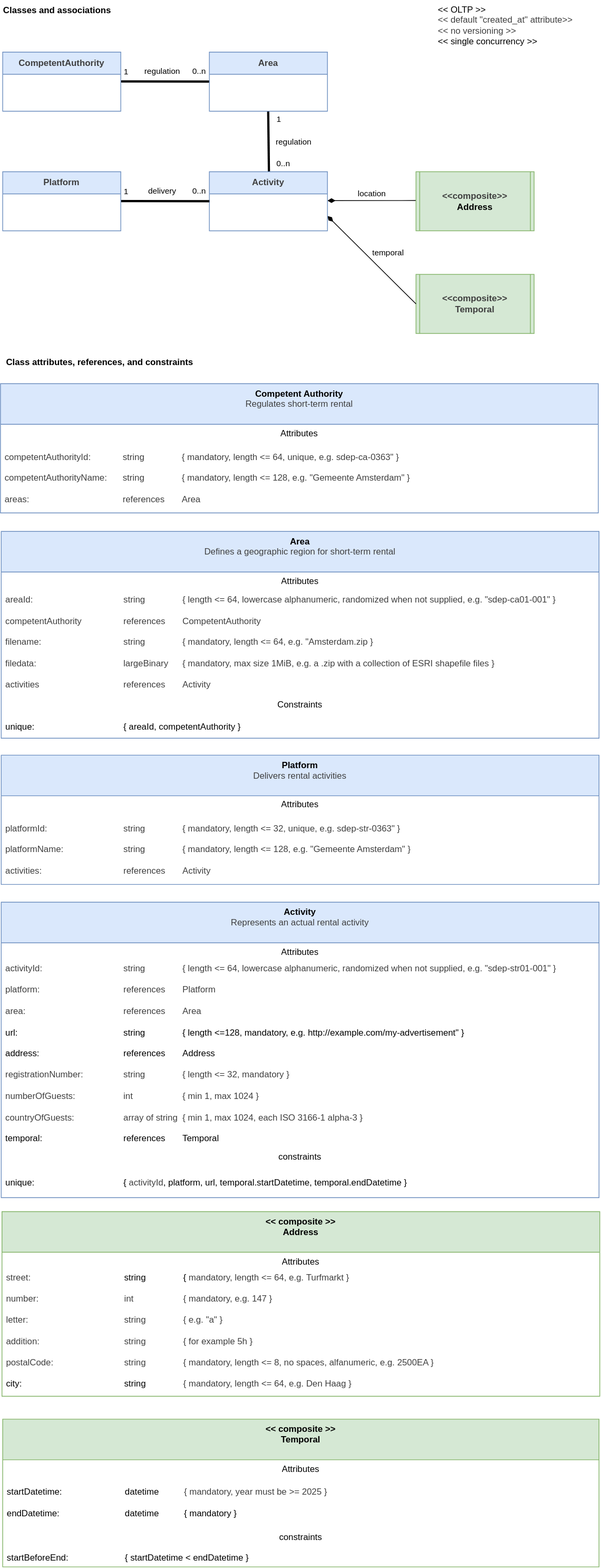
MinBZK/sdep.gov.nl keeps this draw.io diagram as docs/Classes.svg. Above is the earlier version. Source tidied: cells renumbered, new cells last; positions are measured from the earlier drawing's top-left corner, leaving out a move shared by most shapes.
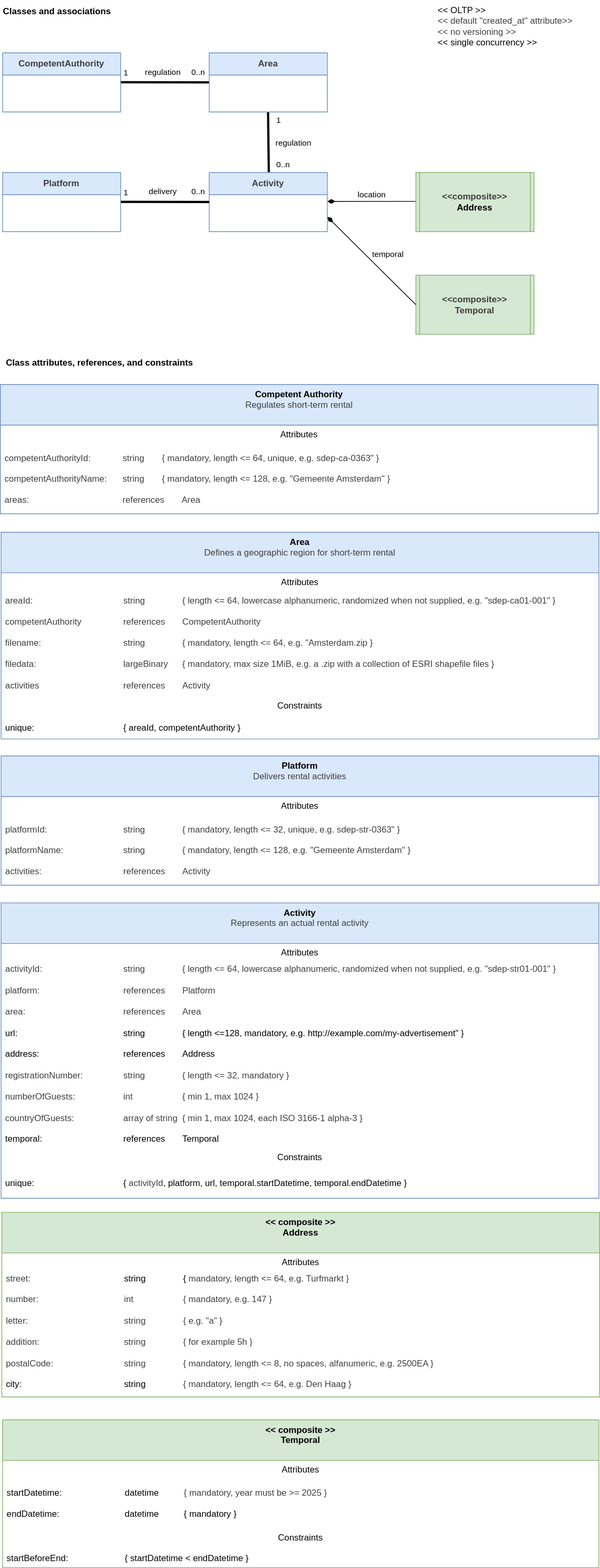
After the commit.

Commit message:
[skip-ci] Documentatie

The edit, as a diff of the source:
```diff
@@ -86,7 +86,7 @@
     <mxCell id="21" value="Attributes" style="text;html=1;strokeColor=none;fillColor=none;align=center;verticalAlign=middle;spacingLeft=4;spacingRight=4;overflow=hidden;whiteSpace=wrap;" parent="20" vertex="1">
       <mxGeometry y="55" width="810" height="25" as="geometry" />
     </mxCell>
-    <mxCell id="22" value="&lt;div style=&quot;scrollbar-color: rgb(226, 226, 226) rgb(251, 251, 251); color: rgb(63, 63, 63);&quot;&gt;&lt;div style=&quot;scrollbar-color: rgb(226, 226, 226) rgb(251, 251, 251); color: rgb(63, 63, 63);&quot;&gt;&lt;div style=&quot;scrollbar-color: rgb(226, 226, 226) rgb(251, 251, 251); color: rgb(63, 63, 63);&quot;&gt;&lt;span style=&quot;background-color: transparent;&quot;&gt;competentAuthorityId:&lt;/span&gt;&lt;span style=&quot;background-color: transparent; white-space: pre;&quot;&gt;&#9;&lt;span style=&quot;white-space: pre;&quot;&gt;&#9;&lt;/span&gt;&lt;/span&gt;&lt;span style=&quot;background-color: transparent;&quot;&gt;string&lt;/span&gt;&lt;span style=&quot;background-color: transparent; white-space: pre;&quot;&gt;&#9;&lt;span style=&quot;white-space: pre;&quot;&gt;&#9;&lt;/span&gt;&lt;/span&gt;&lt;span style=&quot;background-color: transparent; color: rgb(63, 63, 63);&quot;&gt;{ mandatory, length &amp;lt;= 64, unique, e.g.&lt;/span&gt;&lt;span style=&quot;background-color: transparent;&quot;&gt;&amp;nbsp;sdep-ca-0363&quot; }&lt;/span&gt;&lt;/div&gt;&lt;div style=&quot;scrollbar-color: rgb(226, 226, 226) rgb(251, 251, 251); color: rgb(63, 63, 63);&quot;&gt;&lt;br&gt;&lt;/div&gt;&lt;div style=&quot;scrollbar-color: rgb(226, 226, 226) rgb(251, 251, 251); color: rgb(63, 63, 63);&quot;&gt;competentAuthorityName:&lt;span style=&quot;white-space: pre;&quot;&gt;&#9;&lt;/span&gt;string&lt;span style=&quot;white-space: pre;&quot;&gt;&#9;&lt;span style=&quot;white-space: pre;&quot;&gt;&#9;&lt;/span&gt;&lt;/span&gt;&lt;span style=&quot;background-color: transparent;&quot;&gt;{ mandatory, length &amp;lt;= 128, e.g.&amp;nbsp;&lt;/span&gt;&lt;span style=&quot;background-color: transparent;&quot;&gt;&quot;Gemeente Amsterdam&quot; }&lt;/span&gt;&lt;/div&gt;&lt;div style=&quot;color: rgb(63, 63, 63); scrollbar-color: rgb(226, 226, 226) rgb(251, 251, 251);&quot;&gt;&lt;br&gt;&lt;/div&gt;&lt;div style=&quot;color: rgb(63, 63, 63); scrollbar-color: rgb(226, 226, 226) rgb(251, 251, 251);&quot;&gt;&lt;span style=&quot;color: rgb(63, 63, 63);&quot;&gt;areas: &lt;span style=&quot;white-space: pre;&quot;&gt;&#9;&lt;span style=&quot;white-space: pre;&quot;&gt;&#9;&lt;/span&gt;&lt;span style=&quot;white-space: pre;&quot;&gt;&#9;&lt;/span&gt;&lt;span style=&quot;white-space: pre;&quot;&gt;&#9;&lt;/span&gt;&lt;span style=&quot;white-space: pre;&quot;&gt;&#9;&lt;/span&gt;&lt;/span&gt;references &lt;span style=&quot;white-space: pre;&quot;&gt;&#9;&lt;/span&gt;Area&lt;/span&gt;&lt;/div&gt;&lt;/div&gt;&lt;/div&gt;" style="text;html=1;strokeColor=none;fillColor=none;align=left;verticalAlign=middle;spacingLeft=4;spacingRight=4;overflow=hidden;whiteSpace=wrap;" parent="20" vertex="1">
+    <mxCell id="22" value="&lt;div style=&quot;scrollbar-color: rgb(226, 226, 226) rgb(251, 251, 251); color: rgb(63, 63, 63);&quot;&gt;&lt;div style=&quot;scrollbar-color: rgb(226, 226, 226) rgb(251, 251, 251); color: rgb(63, 63, 63);&quot;&gt;&lt;div style=&quot;scrollbar-color: rgb(226, 226, 226) rgb(251, 251, 251); color: rgb(63, 63, 63);&quot;&gt;&lt;font face=&quot;Helvetica&quot;&gt;&lt;span style=&quot;background-color: transparent;&quot;&gt;competentAuthorityId:&lt;/span&gt;&lt;span style=&quot;background-color: transparent; white-space: pre;&quot;&gt;&#9;&lt;span style=&quot;white-space: pre;&quot;&gt;&#9;&lt;/span&gt;&lt;/span&gt;&lt;span style=&quot;background-color: transparent;&quot;&gt;string&lt;span style=&quot;white-space: pre;&quot;&gt;&#9;&lt;/span&gt;&lt;/span&gt;&lt;span style=&quot;background-color: transparent; color: rgb(63, 63, 63);&quot;&gt;{ mandatory, length &amp;lt;= 64, unique, e.g.&lt;/span&gt;&lt;span style=&quot;background-color: transparent;&quot;&gt;&amp;nbsp;sdep-ca-0363&quot; }&lt;/span&gt;&lt;/font&gt;&lt;/div&gt;&lt;div style=&quot;scrollbar-color: rgb(226, 226, 226) rgb(251, 251, 251); color: rgb(63, 63, 63);&quot;&gt;&lt;font face=&quot;Helvetica&quot;&gt;&lt;br&gt;&lt;/font&gt;&lt;/div&gt;&lt;div style=&quot;scrollbar-color: rgb(226, 226, 226) rgb(251, 251, 251); color: rgb(63, 63, 63);&quot;&gt;&lt;font face=&quot;Helvetica&quot;&gt;competentAuthorityName:&lt;span style=&quot;white-space: pre;&quot;&gt;&#9;&lt;/span&gt;string&lt;span style=&quot;white-space: pre;&quot;&gt;&#9;&lt;/span&gt;&lt;span style=&quot;background-color: transparent;&quot;&gt;{ mandatory, length &amp;lt;= 128, e.g.&amp;nbsp;&lt;/span&gt;&lt;span style=&quot;background-color: transparent;&quot;&gt;&quot;Gemeente Amsterdam&quot; }&lt;/span&gt;&lt;/font&gt;&lt;/div&gt;&lt;div style=&quot;color: rgb(63, 63, 63); scrollbar-color: rgb(226, 226, 226) rgb(251, 251, 251);&quot;&gt;&lt;font face=&quot;Helvetica&quot;&gt;&lt;br&gt;&lt;/font&gt;&lt;/div&gt;&lt;div style=&quot;color: rgb(63, 63, 63); scrollbar-color: rgb(226, 226, 226) rgb(251, 251, 251);&quot;&gt;&lt;span style=&quot;color: rgb(63, 63, 63);&quot;&gt;&lt;font face=&quot;Helvetica&quot;&gt;areas: &lt;span style=&quot;white-space: pre;&quot;&gt;&#9;&lt;span style=&quot;white-space: pre;&quot;&gt;&#9;&lt;/span&gt;&lt;span style=&quot;white-space: pre;&quot;&gt;&#9;&lt;/span&gt;&lt;span style=&quot;white-space: pre;&quot;&gt;&#9;&lt;span style=&quot;white-space: pre;&quot;&gt;&#9;&lt;/span&gt;&lt;/span&gt;&lt;/span&gt;references &lt;span style=&quot;white-space: pre;&quot;&gt;&#9;&lt;/span&gt;Area&lt;/font&gt;&lt;/span&gt;&lt;/div&gt;&lt;/div&gt;&lt;/div&gt;" style="text;html=1;strokeColor=none;fillColor=none;align=left;verticalAlign=middle;spacingLeft=4;spacingRight=4;overflow=hidden;whiteSpace=wrap;" parent="20" vertex="1">
       <mxGeometry y="80" width="810" height="95" as="geometry" />
     </mxCell>
     <mxCell id="23" value="&lt;div&gt;&lt;b&gt;&amp;lt;&amp;lt; composite &amp;gt;&amp;gt;&lt;/b&gt;&lt;/div&gt;&lt;div&gt;&lt;b&gt;Address&lt;/b&gt;&lt;/div&gt;" style="swimlane;fontStyle=0;align=center;verticalAlign=top;horizontal=1;startSize=55;html=1;whiteSpace=wrap;fillColor=#d5e8d4;strokeColor=#82b366;" parent="1" vertex="1">
@@ -122,7 +122,7 @@
     <mxCell id="33" value="&lt;div&gt;&lt;span style=&quot;color: rgb(63, 63, 63); scrollbar-color: rgb(226, 226, 226) rgb(251, 251, 251); background-color: transparent;&quot;&gt;activityId:&lt;/span&gt;&lt;span style=&quot;color: rgb(63, 63, 63); scrollbar-color: rgb(226, 226, 226) rgb(251, 251, 251); background-color: transparent; white-space: pre;&quot;&gt;&#9;&lt;/span&gt;&lt;span style=&quot;color: rgb(63, 63, 63); scrollbar-color: rgb(226, 226, 226) rgb(251, 251, 251); background-color: transparent; white-space: pre;&quot;&gt;&#9;&lt;/span&gt;&lt;span style=&quot;color: rgb(63, 63, 63); scrollbar-color: rgb(226, 226, 226) rgb(251, 251, 251); background-color: transparent; white-space: pre;&quot;&gt;&#9;&lt;/span&gt;&lt;span style=&quot;color: rgb(63, 63, 63); scrollbar-color: rgb(226, 226, 226) rgb(251, 251, 251); background-color: transparent; white-space: pre;&quot;&gt;&#9;&lt;span style=&quot;color: rgb(63, 63, 63); scrollbar-color: rgb(226, 226, 226) rgb(251, 251, 251); white-space: pre;&quot;&gt;&#9;&lt;/span&gt;&lt;/span&gt;&lt;span style=&quot;color: rgb(63, 63, 63); scrollbar-color: rgb(226, 226, 226) rgb(251, 251, 251); background-color: transparent;&quot;&gt;string&amp;nbsp;&lt;/span&gt;&lt;span style=&quot;color: rgb(63, 63, 63); scrollbar-color: rgb(226, 226, 226) rgb(251, 251, 251); background-color: transparent; white-space: pre;&quot;&gt;&#9;&lt;span style=&quot;color: rgb(63, 63, 63); scrollbar-color: rgb(226, 226, 226) rgb(251, 251, 251); white-space: pre;&quot;&gt;&#9;&lt;/span&gt;&lt;/span&gt;&lt;span style=&quot;color: rgb(63, 63, 63); scrollbar-color: rgb(226, 226, 226) rgb(251, 251, 251); background-color: transparent;&quot;&gt;{ length &amp;lt;= 64, lowercase alphanumeric,&amp;nbsp;&lt;/span&gt;&lt;span style=&quot;scrollbar-color: rgb(226, 226, 226) rgb(251, 251, 251); background-color: transparent; color: rgb(63, 63, 63);&quot;&gt;randomized when not supplied, e.g.&lt;/span&gt;&lt;span style=&quot;scrollbar-color: rgb(226, 226, 226) rgb(251, 251, 251); background-color: transparent; color: rgb(63, 63, 63);&quot;&gt;&amp;nbsp;&quot;sdep-str01-001&quot; }&lt;/span&gt;&lt;span style=&quot;background-color: transparent;&quot;&gt;&lt;/span&gt;&lt;/div&gt;&lt;div&gt;&lt;span style=&quot;scrollbar-color: rgb(226, 226, 226) rgb(251, 251, 251); background-color: transparent; color: rgb(63, 63, 63);&quot;&gt;&lt;br&gt;&lt;/span&gt;&lt;/div&gt;&lt;div&gt;&lt;span style=&quot;color: rgb(63, 63, 63);&quot;&gt;platform:&amp;nbsp;&lt;/span&gt;&lt;span style=&quot;color: rgb(63, 63, 63); scrollbar-color: rgb(226, 226, 226) rgb(251, 251, 251); white-space: pre;&quot;&gt;&#9;&lt;/span&gt;&lt;span style=&quot;color: rgb(63, 63, 63); scrollbar-color: rgb(226, 226, 226) rgb(251, 251, 251); white-space: pre;&quot;&gt;&#9;&lt;/span&gt;&lt;span style=&quot;color: rgb(63, 63, 63); scrollbar-color: rgb(226, 226, 226) rgb(251, 251, 251); white-space: pre;&quot;&gt;&#9;&lt;/span&gt;&lt;span style=&quot;color: rgb(63, 63, 63); scrollbar-color: rgb(226, 226, 226) rgb(251, 251, 251); white-space: pre;&quot;&gt;&#9;&lt;/span&gt;&lt;span style=&quot;color: rgb(63, 63, 63); scrollbar-color: rgb(226, 226, 226) rgb(251, 251, 251); white-space: pre;&quot;&gt;&#9;&lt;/span&gt;&lt;span style=&quot;color: rgb(63, 63, 63);&quot;&gt;references&amp;nbsp;&lt;/span&gt;&lt;span style=&quot;color: rgb(63, 63, 63); scrollbar-color: rgb(226, 226, 226) rgb(251, 251, 251); white-space: pre;&quot;&gt;&#9;&lt;/span&gt;&lt;span style=&quot;color: rgb(63, 63, 63);&quot;&gt;Platform&lt;/span&gt;&lt;span style=&quot;background-color: transparent;&quot;&gt;&lt;/span&gt;&lt;/div&gt;&lt;div&gt;&lt;span style=&quot;color: rgb(63, 63, 63);&quot;&gt;&lt;br&gt;&lt;/span&gt;&lt;/div&gt;&lt;div&gt;&lt;div style=&quot;scrollbar-color: rgb(226, 226, 226) rgb(251, 251, 251); color: rgb(63, 63, 63);&quot;&gt;area:&amp;nbsp;&lt;span style=&quot;color: rgb(63, 63, 63); scrollbar-color: rgb(226, 226, 226) rgb(251, 251, 251); white-space: pre;&quot;&gt;&#9;&lt;/span&gt;&lt;span style=&quot;color: rgb(63, 63, 63); scrollbar-color: rgb(226, 226, 226) rgb(251, 251, 251); white-space: pre;&quot;&gt;&#9;&lt;/span&gt;&lt;span style=&quot;color: rgb(63, 63, 63); scrollbar-color: rgb(226, 226, 226) rgb(251, 251, 251); white-space: pre;&quot;&gt;&#9;&lt;/span&gt;&lt;span style=&quot;color: rgb(63, 63, 63); scrollbar-color: rgb(226, 226, 226) rgb(251, 251, 251); white-space: pre;&quot;&gt;&#9;&lt;/span&gt;&lt;span style=&quot;color: rgb(63, 63, 63); scrollbar-color: rgb(226, 226, 226) rgb(251, 251, 251); white-space: pre;&quot;&gt;&#9;&lt;/span&gt;references&amp;nbsp;&lt;span style=&quot;color: rgb(63, 63, 63); scrollbar-color: rgb(226, 226, 226) rgb(251, 251, 251); white-space: pre;&quot;&gt;&#9;&lt;/span&gt;Area&lt;/div&gt;&lt;div style=&quot;scrollbar-color: rgb(226, 226, 226) rgb(251, 251, 251); color: rgb(63, 63, 63);&quot;&gt;&lt;br style=&quot;color: rgb(63, 63, 63); scrollbar-color: rgb(226, 226, 226) rgb(251, 251, 251);&quot;&gt;&lt;/div&gt;&lt;/div&gt;&lt;div&gt;&lt;span style=&quot;background-color: transparent;&quot;&gt;url: &lt;span style=&quot;white-space: pre;&quot;&gt;&#9;&lt;/span&gt;&lt;span style=&quot;white-space: pre;&quot;&gt;&#9;&lt;/span&gt;&lt;span style=&quot;white-space: pre;&quot;&gt;&#9;&lt;/span&gt;&lt;span style=&quot;white-space: pre;&quot;&gt;&#9;&lt;/span&gt;&lt;span style=&quot;white-space: pre;&quot;&gt;&#9;&lt;span style=&quot;white-space: pre;&quot;&gt;&#9;&lt;/span&gt;&lt;/span&gt;string&amp;nbsp;&lt;span style=&quot;white-space: pre;&quot;&gt;&#9;&lt;/span&gt;&lt;span style=&quot;white-space: pre;&quot;&gt;&#9;&lt;/span&gt;&lt;/span&gt;&lt;span style=&quot;background-color: transparent;&quot;&gt;{ length &amp;lt;=128, mandatory, e.g.&amp;nbsp;&lt;/span&gt;&lt;span style=&quot;background-color: transparent;&quot;&gt;http://example.com/my-advertisement&quot; }&lt;/span&gt;&lt;/div&gt;&lt;div&gt;&lt;span style=&quot;background-color: transparent;&quot;&gt;&lt;br&gt;&lt;/span&gt;&lt;/div&gt;&lt;div&gt;&lt;span style=&quot;background-color: transparent;&quot;&gt;address: &lt;span style=&quot;white-space: pre;&quot;&gt;&#9;&lt;/span&gt;&lt;span style=&quot;white-space: pre;&quot;&gt;&#9;&lt;span style=&quot;white-space: pre;&quot;&gt;&#9;&lt;/span&gt;&lt;span style=&quot;white-space: pre;&quot;&gt;&#9;&lt;/span&gt;&lt;span style=&quot;white-space: pre;&quot;&gt;&#9;&lt;/span&gt;&lt;/span&gt;references&lt;span style=&quot;white-space: pre;&quot;&gt;&#9;&lt;/span&gt;Address&lt;/span&gt;&lt;/div&gt;&lt;div&gt;&lt;span style=&quot;background-color: transparent;&quot;&gt;&lt;br&gt;&lt;/span&gt;&lt;/div&gt;&lt;div&gt;&lt;div style=&quot;color: rgb(63, 63, 63); scrollbar-color: rgb(226, 226, 226) rgb(251, 251, 251);&quot;&gt;&lt;span style=&quot;color: rgb(63, 63, 63); scrollbar-color: rgb(226, 226, 226) rgb(251, 251, 251); background-color: transparent;&quot;&gt;registrationNumber: &lt;span style=&quot;white-space: pre;&quot;&gt;&#9;&lt;/span&gt;&lt;span style=&quot;white-space: pre;&quot;&gt;&#9;&lt;/span&gt;string&amp;nbsp;&lt;span style=&quot;white-space: pre;&quot;&gt;&#9;&lt;/span&gt;&lt;span style=&quot;white-space: pre;&quot;&gt;&#9;&lt;/span&gt;&lt;/span&gt;&lt;span style=&quot;background-color: transparent; scrollbar-color: rgb(226, 226, 226) rgb(251, 251, 251); color: rgb(63, 63, 63);&quot;&gt;{ length &amp;lt;= 32,&amp;nbsp;&lt;/span&gt;&lt;span style=&quot;background-color: transparent; scrollbar-color: rgb(226, 226, 226) rgb(251, 251, 251); color: rgb(63, 63, 63);&quot;&gt;mandatory&lt;/span&gt;&lt;span style=&quot;background-color: transparent; scrollbar-color: rgb(226, 226, 226) rgb(251, 251, 251); color: rgb(63, 63, 63);&quot;&gt;&amp;nbsp;}&lt;/span&gt;&lt;/div&gt;&lt;div style=&quot;color: rgb(63, 63, 63); scrollbar-color: rgb(226, 226, 226) rgb(251, 251, 251);&quot;&gt;&lt;br&gt;&lt;/div&gt;&lt;/div&gt;&lt;div&gt;&lt;span style=&quot;color: rgb(0, 0, 0);&quot;&gt;&lt;div style=&quot;color: rgb(63, 63, 63); scrollbar-color: rgb(226, 226, 226) rgb(251, 251, 251);&quot;&gt;&lt;span style=&quot;scrollbar-color: rgb(226, 226, 226) rgb(251, 251, 251); color: rgb(63, 63, 63);&quot;&gt;numberOfGuests: &lt;span style=&quot;white-space: pre;&quot;&gt;&#9;&lt;/span&gt;&lt;span style=&quot;white-space: pre;&quot;&gt;&#9;&lt;/span&gt;&lt;span style=&quot;white-space: pre;&quot;&gt;&#9;&lt;/span&gt;int&lt;span style=&quot;white-space: pre;&quot;&gt;&#9;&lt;/span&gt;&amp;nbsp;&lt;span style=&quot;white-space: pre;&quot;&gt;&#9;&lt;/span&gt;&lt;span style=&quot;white-space: pre;&quot;&gt;&#9;&lt;/span&gt;&lt;/span&gt;&lt;span style=&quot;background-color: transparent;&quot;&gt;{ min 1, max 1024 }&lt;/span&gt;&lt;/div&gt;&lt;div&gt;&lt;span style=&quot;scrollbar-color: rgb(226, 226, 226) rgb(251, 251, 251); color: rgb(63, 63, 63);&quot;&gt;&lt;br&gt;&lt;/span&gt;&lt;/div&gt;&lt;/span&gt;&lt;/div&gt;&lt;div&gt;&lt;span style=&quot;background-color: transparent; scrollbar-color: rgb(226, 226, 226) rgb(251, 251, 251); color: rgb(63, 63, 63);&quot;&gt;countryOfGuests: &lt;span style=&quot;white-space: pre;&quot;&gt;&#9;&lt;/span&gt;&lt;span style=&quot;white-space: pre;&quot;&gt;&#9;&lt;/span&gt;&lt;span style=&quot;white-space: pre;&quot;&gt;&#9;&lt;/span&gt;array of string&amp;nbsp;&lt;span style=&quot;white-space: pre;&quot;&gt;&#9;&lt;/span&gt;&lt;/span&gt;&lt;span style=&quot;background-color: transparent; color: rgb(63, 63, 63);&quot;&gt;{ min 1, max 1024, each ISO 3166-1 alpha-3 }&lt;/span&gt;&lt;/div&gt;&lt;div&gt;&lt;span style=&quot;background-color: transparent;&quot;&gt;&lt;br&gt;&lt;/span&gt;&lt;/div&gt;&lt;div&gt;&lt;span style=&quot;background-color: transparent;&quot;&gt;temporal: &lt;span style=&quot;white-space: pre;&quot;&gt;&#9;&lt;/span&gt;&lt;span style=&quot;white-space: pre;&quot;&gt;&#9;&lt;/span&gt;&lt;span style=&quot;white-space: pre;&quot;&gt;&#9;&lt;/span&gt;&lt;span style=&quot;white-space: pre;&quot;&gt;&#9;&lt;/span&gt;references &lt;span style=&quot;white-space: pre;&quot;&gt;&#9;&lt;/span&gt;Temporal&lt;/span&gt;&lt;/div&gt;" style="text;html=1;strokeColor=none;fillColor=none;align=left;verticalAlign=middle;spacingLeft=4;spacingRight=4;overflow=hidden;whiteSpace=wrap;" parent="31" vertex="1">
       <mxGeometry y="80" width="810" height="250" as="geometry" />
     </mxCell>
-    <mxCell id="34" value="constraints" style="text;html=1;strokeColor=none;fillColor=none;align=center;verticalAlign=middle;spacingLeft=4;spacingRight=4;overflow=hidden;whiteSpace=wrap;" parent="31" vertex="1">
+    <mxCell id="34" value="Constraints" style="text;html=1;strokeColor=none;fillColor=none;align=center;verticalAlign=middle;spacingLeft=4;spacingRight=4;overflow=hidden;whiteSpace=wrap;" parent="31" vertex="1">
       <mxGeometry y="330" width="810" height="30" as="geometry" />
     </mxCell>
     <mxCell id="35" value="&lt;div&gt;&lt;span style=&quot;color: rgb(0, 0, 0); scrollbar-color: rgb(226, 226, 226) rgb(251, 251, 251);&quot;&gt;unique:&amp;nbsp;&lt;/span&gt;&lt;span style=&quot;color: rgb(63, 63, 63); scrollbar-color: rgb(226, 226, 226) rgb(251, 251, 251); white-space: pre;&quot;&gt;&#9;&lt;/span&gt;&lt;span style=&quot;color: rgb(63, 63, 63); scrollbar-color: rgb(226, 226, 226) rgb(251, 251, 251); white-space: pre;&quot;&gt;&#9;&lt;/span&gt;&lt;span style=&quot;color: rgb(63, 63, 63); scrollbar-color: rgb(226, 226, 226) rgb(251, 251, 251); white-space: pre;&quot;&gt;&#9;&lt;/span&gt;&lt;span style=&quot;color: rgb(63, 63, 63); scrollbar-color: rgb(226, 226, 226) rgb(251, 251, 251); white-space: pre;&quot;&gt;&#9;&lt;/span&gt;&lt;span style=&quot;color: rgb(63, 63, 63); scrollbar-color: rgb(226, 226, 226) rgb(251, 251, 251); white-space: pre;&quot;&gt;&#9;&lt;/span&gt;&lt;span style=&quot;color: rgb(0, 0, 0); scrollbar-color: rgb(226, 226, 226) rgb(251, 251, 251);&quot;&gt;{&amp;nbsp;&lt;span style=&quot;color: rgb(63, 63, 63);&quot;&gt;activityId&lt;/span&gt;, platform,&amp;nbsp;&lt;/span&gt;&lt;span style=&quot;background-color: transparent;&quot;&gt;url, temporal.startDatetime, temporal.endDatetime }&lt;/span&gt;&lt;/div&gt;" style="text;html=1;strokeColor=none;fillColor=none;align=left;verticalAlign=middle;spacingLeft=4;spacingRight=4;overflow=hidden;whiteSpace=wrap;" parent="31" vertex="1">
@@ -137,7 +137,7 @@
     <mxCell id="38" value="startDatetime:&lt;span style=&quot;white-space: pre;&quot;&gt;&#9;&lt;/span&gt; &lt;span style=&quot;white-space: pre;&quot;&gt;&#9;&lt;/span&gt;&lt;span style=&quot;white-space: pre;&quot;&gt;&#9;&lt;/span&gt;&lt;span style=&quot;white-space: pre;&quot;&gt;&#9;&lt;/span&gt;datetime&amp;nbsp;&lt;span style=&quot;white-space: pre;&quot;&gt;&#9;&lt;/span&gt;&lt;span style=&quot;white-space: pre;&quot;&gt;&#9;&lt;/span&gt;&lt;span style=&quot;color: rgb(63, 63, 63); background-color: transparent;&quot;&gt;{ mandatory, year must be &amp;gt;= 2025 }&lt;/span&gt;&lt;div&gt;&lt;div&gt;&lt;br&gt;&lt;/div&gt;&lt;div&gt;&lt;span style=&quot;color: rgb(0, 0, 0); background-color: transparent;&quot;&gt;endDatetime&lt;/span&gt;:&amp;nbsp;&lt;span style=&quot;white-space: pre;&quot;&gt;&#9;&lt;/span&gt;&lt;span style=&quot;white-space: pre;&quot;&gt;&#9;&lt;/span&gt;&lt;span style=&quot;white-space: pre;&quot;&gt;&#9;&lt;span style=&quot;white-space: pre;&quot;&gt;&#9;&lt;/span&gt;&lt;/span&gt;&lt;span style=&quot;color: rgb(0, 0, 0); background-color: transparent;&quot;&gt;datetime&amp;nbsp;&lt;span style=&quot;white-space: pre;&quot;&gt;&#9;&lt;span style=&quot;white-space: pre;&quot;&gt;&#9;&lt;/span&gt;&lt;/span&gt;&lt;/span&gt;&lt;span style=&quot;background-color: transparent;&quot;&gt;{ mandatory }&lt;/span&gt;&lt;/div&gt;&lt;/div&gt;" style="text;html=1;strokeColor=none;fillColor=none;align=left;verticalAlign=middle;spacingLeft=4;spacingRight=4;overflow=hidden;whiteSpace=wrap;" parent="36" vertex="1">
       <mxGeometry y="80" width="808" height="65" as="geometry" />
     </mxCell>
-    <mxCell id="39" value="constraints" style="text;html=1;strokeColor=none;fillColor=none;align=center;verticalAlign=middle;spacingLeft=4;spacingRight=4;overflow=hidden;whiteSpace=wrap;" parent="36" vertex="1">
+    <mxCell id="39" value="Constraints" style="text;html=1;strokeColor=none;fillColor=none;align=center;verticalAlign=middle;spacingLeft=4;spacingRight=4;overflow=hidden;whiteSpace=wrap;" parent="36" vertex="1">
       <mxGeometry y="145" width="808" height="30" as="geometry" />
     </mxCell>
     <mxCell id="40" value="startBeforeEnd:&lt;span style=&quot;white-space: pre;&quot;&gt;&#9;&lt;/span&gt;&lt;span style=&quot;white-space: pre;&quot;&gt;&#9;&lt;/span&gt;&lt;span style=&quot;white-space: pre;&quot;&gt;&#9;&lt;/span&gt;{ startDatetime &amp;lt; endDatetime }" style="text;html=1;strokeColor=none;fillColor=none;align=left;verticalAlign=middle;spacingLeft=4;spacingRight=4;overflow=hidden;whiteSpace=wrap;" parent="36" vertex="1">
```
